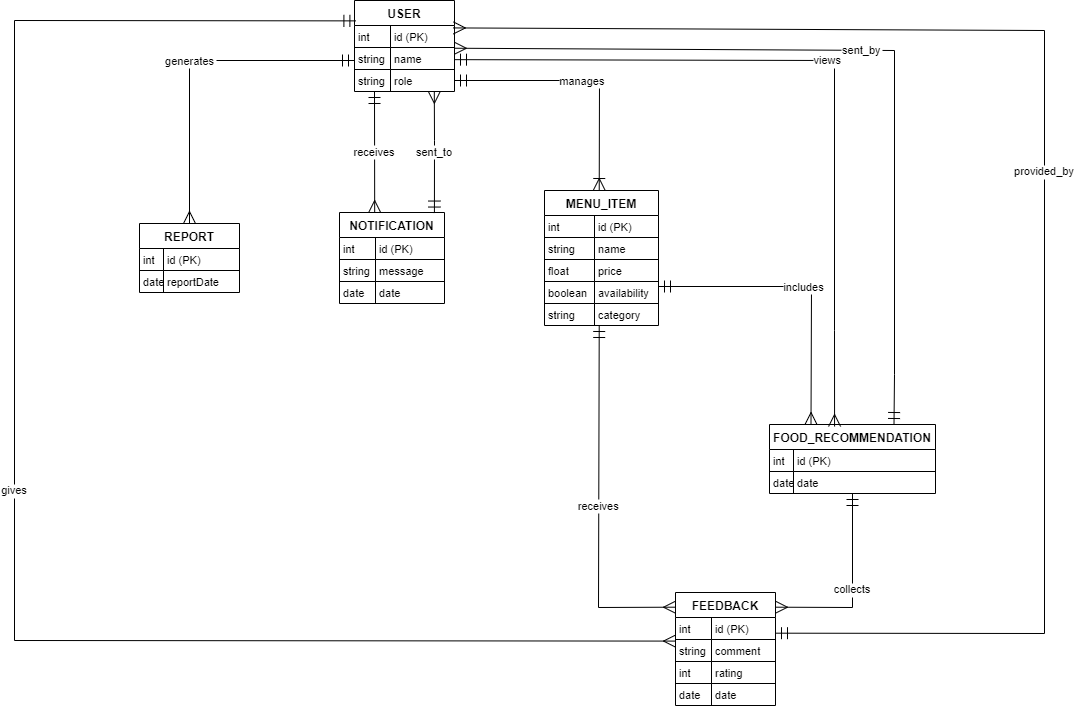
This is Diagram/ERDiagram.png from sahilItt/RecommendationEngine-Cafeteria, a draw.io export, as it was before one commit. Source tidied: cells renumbered, new cells last; positions are measured from the earlier drawing's top-left corner, leaving out a move shared by most shapes.
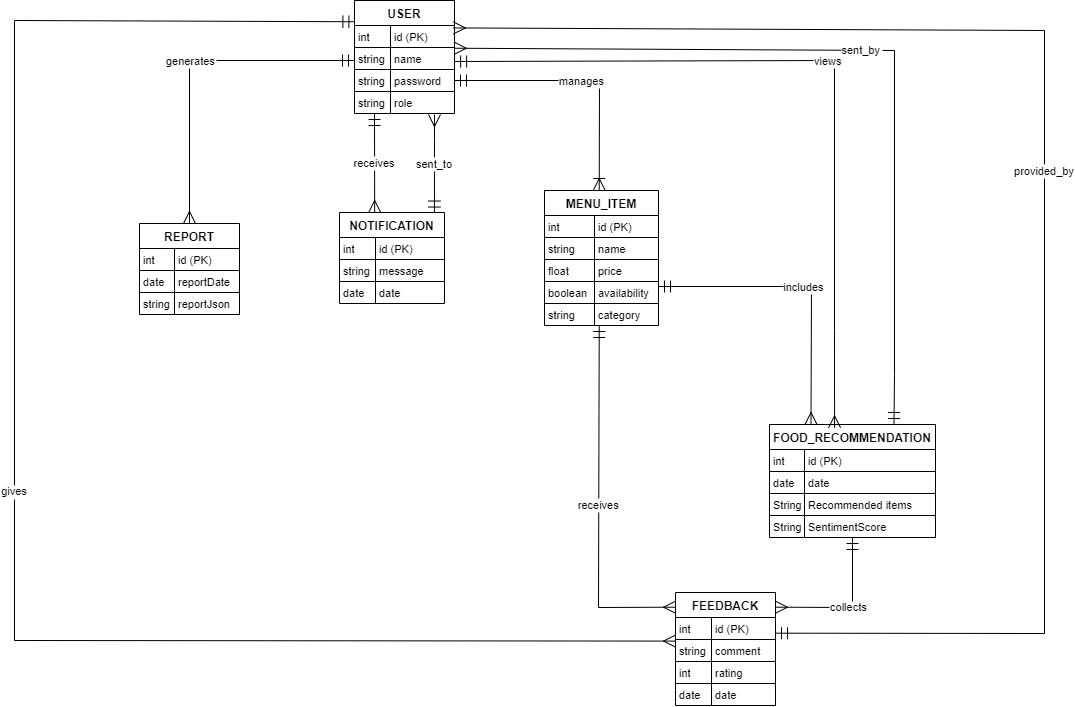
After the commit.

Diff of the diagram source:
```diff
@@ -3,7 +3,7 @@
     <mxCell id="0" />
     <mxCell id="1" parent="0" />
     <mxCell id="2" value="USER" style="shape=table;startSize=25;rowLines=1;fontStyle=1;align=center;" parent="1" vertex="1">
-      <mxGeometry x="340" width="100" height="91" as="geometry" />
+      <mxGeometry x="340" width="100" height="113" as="geometry" />
     </mxCell>
     <mxCell id="3" style="shape=tableRow;horizontal=0;startSize=0;swimlaneHead=0;swimlaneBody=0;fillColor=none;points=[[0,0.5],[1,0.5]];portConstraint=eastwest;top=0;left=0;right=0;bottom=0;" parent="2" vertex="1">
       <mxGeometry y="25" width="100" height="22" as="geometry" />
@@ -29,9 +29,18 @@
     <mxCell id="10" value="string" style="shape=partialRectangle;fillColor=none;top=0;left=0;bottom=0;right=0;align=left;spacingLeft=2;overflow=hidden;fontSize=11;" parent="9" vertex="1">
       <mxGeometry width="36" height="22" as="geometry" />
     </mxCell>
-    <mxCell id="11" value="role" style="shape=partialRectangle;fillColor=none;top=0;left=0;bottom=0;right=0;align=left;spacingLeft=2;overflow=hidden;fontSize=11;" parent="9" vertex="1">
+    <mxCell id="11" value="password" style="shape=partialRectangle;fillColor=none;top=0;left=0;bottom=0;right=0;align=left;spacingLeft=2;overflow=hidden;fontSize=11;" parent="9" vertex="1">
       <mxGeometry x="36" width="64" height="22" as="geometry" />
     </mxCell>
+    <mxCell id="76" style="shape=tableRow;horizontal=0;startSize=0;swimlaneHead=0;swimlaneBody=0;fillColor=none;points=[[0,0.5],[1,0.5]];portConstraint=eastwest;top=0;left=0;right=0;bottom=0;" parent="2" vertex="1">
+      <mxGeometry y="91" width="100" height="22" as="geometry" />
+    </mxCell>
+    <mxCell id="77" value="string" style="shape=partialRectangle;fillColor=none;top=0;left=0;bottom=0;right=0;align=left;spacingLeft=2;overflow=hidden;fontSize=11;" parent="76" vertex="1">
+      <mxGeometry width="36" height="22" as="geometry" />
+    </mxCell>
+    <mxCell id="78" value="role" style="shape=partialRectangle;fillColor=none;top=0;left=0;bottom=0;right=0;align=left;spacingLeft=2;overflow=hidden;fontSize=11;" parent="76" vertex="1">
+      <mxGeometry x="36" width="64" height="22" as="geometry" />
+    </mxCell>
     <mxCell id="12" value="MENU_ITEM" style="shape=table;startSize=25;rowLines=1;fontStyle=1;align=center;" parent="1" vertex="1">
       <mxGeometry x="530" y="190" width="114" height="135" as="geometry" />
     </mxCell>
@@ -81,26 +90,44 @@
       <mxGeometry x="50" width="64" height="22" as="geometry" />
     </mxCell>
     <mxCell id="28" value="FOOD_RECOMMENDATION" style="shape=table;startSize=25;rowLines=1;fontStyle=1;align=center;" parent="1" vertex="1">
-      <mxGeometry x="755" y="424" width="166" height="69" as="geometry" />
+      <mxGeometry x="755" y="424" width="166" height="113" as="geometry" />
     </mxCell>
     <mxCell id="29" style="shape=tableRow;horizontal=0;startSize=0;swimlaneHead=0;swimlaneBody=0;fillColor=none;top=0;left=0;right=0;bottom=0;" parent="28" vertex="1">
       <mxGeometry y="25" width="166" height="22" as="geometry" />
     </mxCell>
     <mxCell id="30" value="int" style="shape=partialRectangle;fillColor=none;top=0;left=0;bottom=0;right=0;align=left;spacingLeft=2;overflow=hidden;fontSize=11;" parent="29" vertex="1">
-      <mxGeometry width="24" height="22" as="geometry" />
+      <mxGeometry width="35" height="22" as="geometry" />
     </mxCell>
     <mxCell id="31" value="id (PK)" style="shape=partialRectangle;fillColor=none;top=0;left=0;bottom=0;right=0;align=left;spacingLeft=2;overflow=hidden;fontSize=11;" parent="29" vertex="1">
-      <mxGeometry x="24" width="142" height="22" as="geometry" />
+      <mxGeometry x="35" width="131" height="22" as="geometry" />
     </mxCell>
     <mxCell id="32" style="shape=tableRow;horizontal=0;startSize=0;swimlaneHead=0;swimlaneBody=0;fillColor=none;top=0;left=0;right=0;bottom=0;" parent="28" vertex="1">
       <mxGeometry y="47" width="166" height="22" as="geometry" />
     </mxCell>
     <mxCell id="33" value="date" style="shape=partialRectangle;fillColor=none;top=0;left=0;bottom=0;right=0;align=left;spacingLeft=2;overflow=hidden;fontSize=11;" parent="32" vertex="1">
-      <mxGeometry width="24" height="22" as="geometry" />
+      <mxGeometry width="35" height="22" as="geometry" />
     </mxCell>
     <mxCell id="34" value="date" style="shape=partialRectangle;fillColor=none;top=0;left=0;bottom=0;right=0;align=left;spacingLeft=2;overflow=hidden;fontSize=11;" parent="32" vertex="1">
-      <mxGeometry x="24" width="142" height="22" as="geometry" />
+      <mxGeometry x="35" width="131" height="22" as="geometry" />
     </mxCell>
+    <mxCell id="79" style="shape=tableRow;horizontal=0;startSize=0;swimlaneHead=0;swimlaneBody=0;fillColor=none;top=0;left=0;right=0;bottom=0;" parent="28" vertex="1">
+      <mxGeometry y="69" width="166" height="22" as="geometry" />
+    </mxCell>
+    <mxCell id="80" value="String" style="shape=partialRectangle;fillColor=none;top=0;left=0;bottom=0;right=0;align=left;spacingLeft=2;overflow=hidden;fontSize=11;" parent="79" vertex="1">
+      <mxGeometry width="35" height="22" as="geometry" />
+    </mxCell>
+    <mxCell id="81" value="Recommended items" style="shape=partialRectangle;fillColor=none;top=0;left=0;bottom=0;right=0;align=left;spacingLeft=2;overflow=hidden;fontSize=11;" parent="79" vertex="1">
+      <mxGeometry x="35" width="131" height="22" as="geometry" />
+    </mxCell>
+    <mxCell id="82" style="shape=tableRow;horizontal=0;startSize=0;swimlaneHead=0;swimlaneBody=0;fillColor=none;top=0;left=0;right=0;bottom=0;" parent="28" vertex="1">
+      <mxGeometry y="91" width="166" height="22" as="geometry" />
+    </mxCell>
+    <mxCell id="83" value="String" style="shape=partialRectangle;fillColor=none;top=0;left=0;bottom=0;right=0;align=left;spacingLeft=2;overflow=hidden;fontSize=11;" parent="82" vertex="1">
+      <mxGeometry width="35" height="22" as="geometry" />
+    </mxCell>
+    <mxCell id="84" value="SentimentScore" style="shape=partialRectangle;fillColor=none;top=0;left=0;bottom=0;right=0;align=left;spacingLeft=2;overflow=hidden;fontSize=11;" parent="82" vertex="1">
+      <mxGeometry x="35" width="131" height="22" as="geometry" />
+    </mxCell>
     <mxCell id="35" value="FEEDBACK" style="shape=table;startSize=25;rowLines=1;fontStyle=1;align=center;" parent="1" vertex="1">
       <mxGeometry x="661" y="592" width="100" height="113" as="geometry" />
     </mxCell>
@@ -141,26 +168,35 @@
       <mxGeometry x="36" width="64" height="22" as="geometry" />
     </mxCell>
     <mxCell id="48" value="REPORT" style="shape=table;startSize=25;rowLines=1;fontStyle=1;align=center;" parent="1" vertex="1">
-      <mxGeometry x="125" y="223" width="100" height="69" as="geometry" />
+      <mxGeometry x="125" y="223" width="100" height="91" as="geometry" />
     </mxCell>
     <mxCell id="49" style="shape=tableRow;horizontal=0;startSize=0;swimlaneHead=0;swimlaneBody=0;fillColor=none;top=0;left=0;right=0;bottom=0;" parent="48" vertex="1">
       <mxGeometry y="25" width="100" height="22" as="geometry" />
     </mxCell>
     <mxCell id="50" value="int" style="shape=partialRectangle;fillColor=none;top=0;left=0;bottom=0;right=0;align=left;spacingLeft=2;overflow=hidden;fontSize=11;" parent="49" vertex="1">
-      <mxGeometry width="24" height="22" as="geometry" />
+      <mxGeometry width="35" height="22" as="geometry" />
     </mxCell>
     <mxCell id="51" value="id (PK)" style="shape=partialRectangle;fillColor=none;top=0;left=0;bottom=0;right=0;align=left;spacingLeft=2;overflow=hidden;fontSize=11;" parent="49" vertex="1">
-      <mxGeometry x="24" width="76" height="22" as="geometry" />
+      <mxGeometry x="35" width="65" height="22" as="geometry" />
     </mxCell>
     <mxCell id="52" style="shape=tableRow;horizontal=0;startSize=0;swimlaneHead=0;swimlaneBody=0;fillColor=none;top=0;left=0;right=0;bottom=0;" parent="48" vertex="1">
       <mxGeometry y="47" width="100" height="22" as="geometry" />
     </mxCell>
     <mxCell id="53" value="date" style="shape=partialRectangle;fillColor=none;top=0;left=0;bottom=0;right=0;align=left;spacingLeft=2;overflow=hidden;fontSize=11;" parent="52" vertex="1">
-      <mxGeometry width="24" height="22" as="geometry" />
+      <mxGeometry width="35" height="22" as="geometry" />
     </mxCell>
     <mxCell id="54" value="reportDate" style="shape=partialRectangle;fillColor=none;top=0;left=0;bottom=0;right=0;align=left;spacingLeft=2;overflow=hidden;fontSize=11;" parent="52" vertex="1">
-      <mxGeometry x="24" width="76" height="22" as="geometry" />
+      <mxGeometry x="35" width="65" height="22" as="geometry" />
     </mxCell>
+    <mxCell id="85" style="shape=tableRow;horizontal=0;startSize=0;swimlaneHead=0;swimlaneBody=0;fillColor=none;top=0;left=0;right=0;bottom=0;" parent="48" vertex="1">
+      <mxGeometry y="69" width="100" height="22" as="geometry" />
+    </mxCell>
+    <mxCell id="86" value="string" style="shape=partialRectangle;fillColor=none;top=0;left=0;bottom=0;right=0;align=left;spacingLeft=2;overflow=hidden;fontSize=11;" parent="85" vertex="1">
+      <mxGeometry width="35" height="22" as="geometry" />
+    </mxCell>
+    <mxCell id="87" value="reportJson" style="shape=partialRectangle;fillColor=none;top=0;left=0;bottom=0;right=0;align=left;spacingLeft=2;overflow=hidden;fontSize=11;" parent="85" vertex="1">
+      <mxGeometry x="35" width="65" height="22" as="geometry" />
+    </mxCell>
     <mxCell id="55" value="NOTIFICATION" style="shape=table;startSize=25;rowLines=1;fontStyle=1;align=center;" parent="1" vertex="1">
       <mxGeometry x="325" y="212" width="105" height="91" as="geometry" />
     </mxCell>
@@ -191,7 +227,7 @@
     <mxCell id="64" value="date" style="shape=partialRectangle;fillColor=none;top=0;left=0;bottom=0;right=0;align=left;spacingLeft=2;overflow=hidden;fontSize=11;" parent="62" vertex="1">
       <mxGeometry x="36" width="69" height="22" as="geometry" />
     </mxCell>
-    <mxCell id="65" value="views" style="curved=0;startArrow=ERmandOne;startSize=10;endArrow=ERmany;endSize=10;exitX=1;exitY=0.65;rounded=0;entryX=0.392;entryY=0.029;entryDx=0;entryDy=0;entryPerimeter=0;" parent="1" edge="1" source="2" target="28">
+    <mxCell id="65" value="views" style="curved=0;startArrow=ERmandOne;startSize=10;endArrow=ERmany;endSize=10;exitX=1.001;exitY=0.636;rounded=0;entryX=0.392;entryY=0.029;entryDx=0;entryDy=0;entryPerimeter=0;exitDx=0;exitDy=0;exitPerimeter=0;" parent="1" edge="1" source="6" target="28">
       <mxGeometry relative="1" as="geometry">
         <Array as="points">
           <mxPoint x="820" y="60" />
@@ -199,7 +235,7 @@
         </Array>
       </mxGeometry>
     </mxCell>
-    <mxCell id="66" value="gives" style="curved=0;startArrow=ERmandOne;startSize=10;endArrow=ERmany;endSize=10;entryX=0;entryY=0.43;rounded=0;exitX=0.014;exitY=0.224;exitDx=0;exitDy=0;exitPerimeter=0;" parent="1" edge="1" source="2" target="35">
+    <mxCell id="66" value="gives" style="curved=0;startArrow=ERmandOne;startSize=10;endArrow=ERmany;endSize=10;entryX=0;entryY=0.43;rounded=0;exitX=0.004;exitY=0.188;exitDx=0;exitDy=0;exitPerimeter=0;" parent="1" edge="1" source="2" target="35">
       <mxGeometry relative="1" as="geometry">
         <Array as="points">
           <mxPoint y="20" />
@@ -255,7 +291,7 @@
         </Array>
       </mxGeometry>
     </mxCell>
-    <mxCell id="74" value="sent_to" style="curved=0;startArrow=ERmandOne;startSize=10;endArrow=ERmany;endSize=10;entryX=0.798;entryY=0.994;rounded=0;entryDx=0;entryDy=0;entryPerimeter=0;exitX=0.904;exitY=0.006;exitDx=0;exitDy=0;exitPerimeter=0;" parent="1" edge="1" source="55" target="9">
+    <mxCell id="74" value="sent_to" style="curved=0;startArrow=ERmandOne;startSize=10;endArrow=ERmany;endSize=10;rounded=0;exitX=0.904;exitY=0.006;exitDx=0;exitDy=0;exitPerimeter=0;entryX=0.8;entryY=1.045;entryDx=0;entryDy=0;entryPerimeter=0;" parent="1" edge="1" source="55" target="76">
       <mxGeometry relative="1" as="geometry">
         <Array as="points">
           <mxPoint x="420" y="140" />
```
